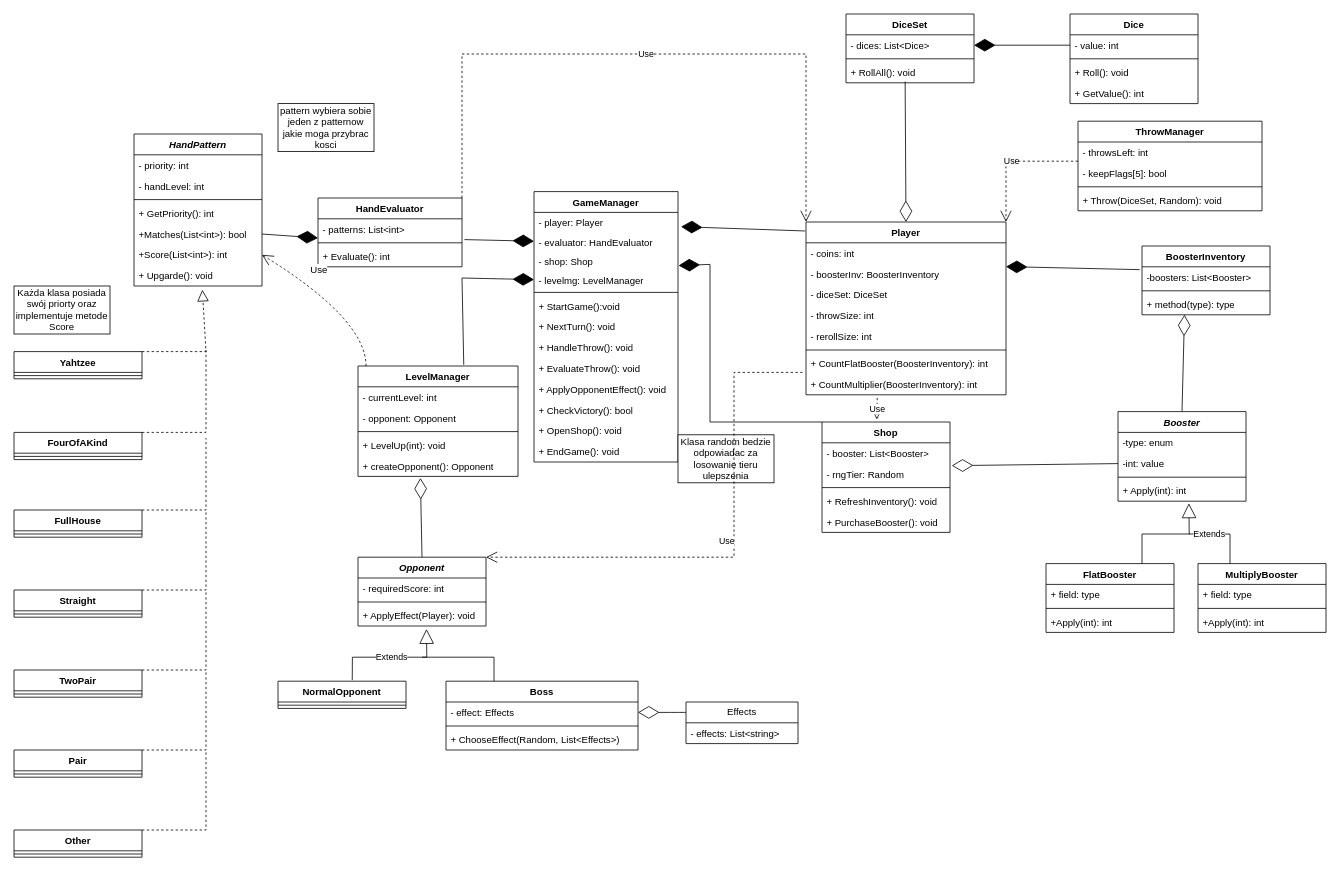
Before: DiceGame.drawio in kcprlal/DiceGame, a draw.io diagram. Source tidied: cells renumbered, new cells numbered last; positions are measured from the earlier drawing's top-left corner, leaving out a move shared by most shapes. Both pictures are drawn from the tidied source at 80%, with x=0, y=0 at pixel (14, 14).
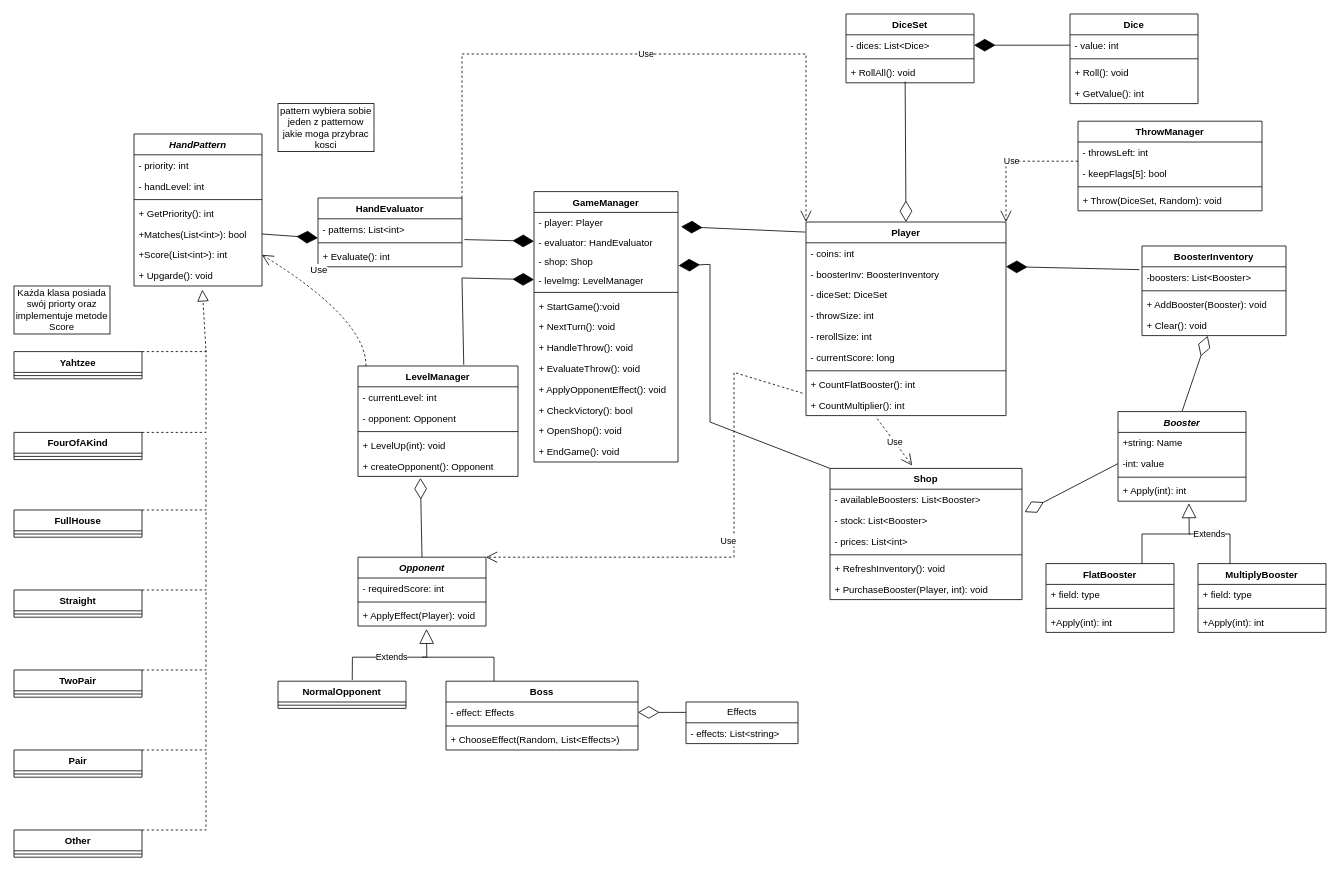
The same diagram, later.

The change refers to these unchanged cells:
```xml
<mxCell id="31" value="&lt;i&gt;Booster&lt;/i&gt;" style="swimlane;fontStyle=1;align=center;verticalAlign=top;horizontal=1;startSize=26;whiteSpace=wrap;html=1;" parent="1" vertex="1">
  <mxGeometry x="1380" y="497" width="160" height="112" as="geometry" />
</mxCell>
```

The edit, as a diff of the source:
```diff
@@
     <mxCell id="16" value="Player" style="swimlane;fontStyle=1;align=center;verticalAlign=top;horizontal=1;startSize=26;whiteSpace=wrap;html=1;" parent="1" vertex="1">
-      <mxGeometry x="990" y="260" width="250" height="216" as="geometry" />
+      <mxGeometry x="990" y="260" width="250" height="242" as="geometry" />
     </mxCell>
@@
+    <mxCell id="137" value="- currentScore: long" style="text;strokeColor=none;fillColor=none;align=left;verticalAlign=top;spacingLeft=4;spacingRight=4;overflow=hidden;whiteSpace=wrap;html=1;" parent="16" vertex="1">
+      <mxGeometry y="156" width="250" height="26" as="geometry" />
+    </mxCell>
     <mxCell id="22" style="line;strokeWidth=1;fillColor=none;align=left;verticalAlign=middle;spacingTop=-1;spacingLeft=3;spacingRight=3;labelPosition=right;strokeColor=inherit;" parent="16" vertex="1">
-      <mxGeometry y="156" width="250" height="8" as="geometry" />
+      <mxGeometry y="182" width="250" height="8" as="geometry" />
     </mxCell>
-    <mxCell id="23" value="+ CountFlatBooster(BoosterInventory): int" style="text;strokeColor=none;fillColor=none;align=left;verticalAlign=top;spacingLeft=4;spacingRight=4;overflow=hidden;whiteSpace=wrap;html=1;" parent="16" vertex="1">
-      <mxGeometry y="164" width="250" height="26" as="geometry" />
+    <mxCell id="23" value="+ CountFlatBooster(): int" style="text;strokeColor=none;fillColor=none;align=left;verticalAlign=top;spacingLeft=4;spacingRight=4;overflow=hidden;whiteSpace=wrap;html=1;" parent="16" vertex="1">
+      <mxGeometry y="190" width="250" height="26" as="geometry" />
     </mxCell>
-    <mxCell id="24" value="+ CountMultiplier(BoosterInventory): int" style="text;strokeColor=none;fillColor=none;align=left;verticalAlign=top;spacingLeft=4;spacingRight=4;overflow=hidden;points=[[0,0.5],[1,0.5]];portConstraint=eastwest;whiteSpace=wrap;html=1;" parent="16" vertex="1">
-      <mxGeometry y="190" width="250" height="26" as="geometry" />
+    <mxCell id="24" value="+ CountMultiplier(): int" style="text;strokeColor=none;fillColor=none;align=left;verticalAlign=top;spacingLeft=4;spacingRight=4;overflow=hidden;points=[[0,0.5],[1,0.5]];portConstraint=eastwest;whiteSpace=wrap;html=1;" parent="16" vertex="1">
+      <mxGeometry y="216" width="250" height="26" as="geometry" />
     </mxCell>
@@
     <mxCell id="26" value="BoosterInventory" style="swimlane;fontStyle=1;align=center;verticalAlign=top;horizontal=1;startSize=26;whiteSpace=wrap;html=1;" parent="1" vertex="1">
-      <mxGeometry x="1410" y="290" width="160" height="86" as="geometry" />
+      <mxGeometry x="1410" y="290" width="180" height="112" as="geometry" />
     </mxCell>
     <mxCell id="27" value="-boosters: List&amp;lt;Booster&amp;gt;" style="text;strokeColor=none;fillColor=none;align=left;verticalAlign=top;spacingLeft=4;spacingRight=4;overflow=hidden;points=[[0,0.5],[1,0.5]];portConstraint=eastwest;whiteSpace=wrap;html=1;" parent="26" vertex="1">
-      <mxGeometry y="26" width="160" height="26" as="geometry" />
+      <mxGeometry y="26" width="180" height="26" as="geometry" />
     </mxCell>
     <mxCell id="28" style="line;strokeWidth=1;fillColor=none;align=left;verticalAlign=middle;spacingTop=-1;spacingLeft=3;spacingRight=3;labelPosition=right;strokeColor=inherit;" parent="26" vertex="1">
-      <mxGeometry y="52" width="160" height="8" as="geometry" />
+      <mxGeometry y="52" width="180" height="8" as="geometry" />
     </mxCell>
-    <mxCell id="29" value="+ method(type): type" style="text;strokeColor=none;fillColor=none;align=left;verticalAlign=top;spacingLeft=4;spacingRight=4;overflow=hidden;points=[[0,0.5],[1,0.5]];portConstraint=eastwest;whiteSpace=wrap;html=1;" parent="26" vertex="1">
-      <mxGeometry y="60" width="160" height="26" as="geometry" />
+    <mxCell id="29" value="+ AddBooster(Booster): void" style="text;strokeColor=none;fillColor=none;align=left;verticalAlign=top;spacingLeft=4;spacingRight=4;overflow=hidden;points=[[0,0.5],[1,0.5]];portConstraint=eastwest;whiteSpace=wrap;html=1;" parent="26" vertex="1">
+      <mxGeometry y="60" width="180" height="26" as="geometry" />
     </mxCell>
+    <mxCell id="138" value="+ Clear(): void" style="text;strokeColor=none;fillColor=none;align=left;verticalAlign=top;spacingLeft=4;spacingRight=4;overflow=hidden;points=[[0,0.5],[1,0.5]];portConstraint=eastwest;whiteSpace=wrap;html=1;" parent="26" vertex="1">
+      <mxGeometry y="86" width="180" height="26" as="geometry" />
+    </mxCell>
-    <mxCell id="30" style="endArrow=diamondThin;endFill=0;endSize=24;html=1;rounded=0;entryX=0.332;entryY=0.996;entryDx=0;entryDy=0;entryPerimeter=0;exitX=0.5;exitY=0;exitDx=0;exitDy=0;" parent="1" edge="1" source="31" target="29">
+    <mxCell id="30" style="endArrow=diamondThin;endFill=0;endSize=24;html=1;rounded=0;entryX=0.456;entryY=1.013;entryDx=0;entryDy=0;entryPerimeter=0;exitX=0.5;exitY=0;exitDx=0;exitDy=0;" parent="1" edge="1" source="31" target="138">
       <mxGeometry relative="1" as="geometry" />
     </mxCell>
@@
-    <mxCell id="32" value="-type: enum" style="text;strokeColor=none;fillColor=none;align=left;verticalAlign=top;spacingLeft=4;spacingRight=4;overflow=hidden;whiteSpace=wrap;html=1;" parent="31" vertex="1">
+    <mxCell id="32" value="+string: Name" style="text;strokeColor=none;fillColor=none;align=left;verticalAlign=top;spacingLeft=4;spacingRight=4;overflow=hidden;whiteSpace=wrap;html=1;" parent="31" vertex="1">
       <mxGeometry y="26" width="160" height="26" as="geometry" />
     </mxCell>
@@
     <mxCell id="45" value="Shop" style="swimlane;fontStyle=1;align=center;verticalAlign=top;horizontal=1;startSize=26;whiteSpace=wrap;html=1;" parent="1" vertex="1">
-      <mxGeometry x="1010" y="510" width="160" height="138" as="geometry" />
+      <mxGeometry x="1020" y="568" width="240" height="164" as="geometry" />
     </mxCell>
-    <mxCell id="46" value="- booster: List&amp;lt;Booster&amp;gt;" style="text;strokeColor=none;fillColor=none;align=left;verticalAlign=top;spacingLeft=4;spacingRight=4;overflow=hidden;points=[[0,0.5],[1,0.5]];portConstraint=eastwest;whiteSpace=wrap;html=1;" parent="45" vertex="1">
-      <mxGeometry y="26" width="160" height="26" as="geometry" />
+    <mxCell id="46" value="- availableBoosters: List&amp;lt;Booster&amp;gt;" style="text;strokeColor=none;fillColor=none;align=left;verticalAlign=top;spacingLeft=4;spacingRight=4;overflow=hidden;points=[[0,0.5],[1,0.5]];portConstraint=eastwest;whiteSpace=wrap;html=1;" parent="45" vertex="1">
+      <mxGeometry y="26" width="240" height="26" as="geometry" />
     </mxCell>
-    <mxCell id="47" value="- rngTier: Random" style="text;strokeColor=none;fillColor=none;align=left;verticalAlign=top;spacingLeft=4;spacingRight=4;overflow=hidden;whiteSpace=wrap;html=1;" parent="45" vertex="1">
-      <mxGeometry y="52" width="160" height="26" as="geometry" />
-    </mxCell>
+    <mxCell id="139" value="- stock: List&amp;lt;Booster&amp;gt;" style="text;strokeColor=none;fillColor=none;align=left;verticalAlign=top;spacingLeft=4;spacingRight=4;overflow=hidden;whiteSpace=wrap;html=1;" parent="45" vertex="1">
+      <mxGeometry y="52" width="240" height="26" as="geometry" />
+    </mxCell>
+    <mxCell id="140" value="- prices: List&amp;lt;int&amp;gt;" style="text;strokeColor=none;fillColor=none;align=left;verticalAlign=top;spacingLeft=4;spacingRight=4;overflow=hidden;whiteSpace=wrap;html=1;" parent="45" vertex="1">
+      <mxGeometry y="78" width="240" height="26" as="geometry" />
+    </mxCell>
     <mxCell id="48" style="line;strokeWidth=1;fillColor=none;align=left;verticalAlign=middle;spacingTop=-1;spacingLeft=3;spacingRight=3;labelPosition=right;strokeColor=inherit;" parent="45" vertex="1">
-      <mxGeometry y="78" width="160" height="8" as="geometry" />
+      <mxGeometry y="104" width="240" height="8" as="geometry" />
     </mxCell>
     <mxCell id="49" value="+ RefreshInventory(): void" style="text;strokeColor=none;fillColor=none;align=left;verticalAlign=top;spacingLeft=4;spacingRight=4;overflow=hidden;whiteSpace=wrap;html=1;" parent="45" vertex="1">
-      <mxGeometry y="86" width="160" height="26" as="geometry" />
+      <mxGeometry y="112" width="240" height="26" as="geometry" />
     </mxCell>
-    <mxCell id="50" value="+ PurchaseBooster(): void" style="text;strokeColor=none;fillColor=none;align=left;verticalAlign=top;spacingLeft=4;spacingRight=4;overflow=hidden;whiteSpace=wrap;html=1;" parent="45" vertex="1">
-      <mxGeometry y="112" width="160" height="26" as="geometry" />
+    <mxCell id="50" value="+ PurchaseBooster(Player, int): void" style="text;strokeColor=none;fillColor=none;align=left;verticalAlign=top;spacingLeft=4;spacingRight=4;overflow=hidden;whiteSpace=wrap;html=1;" parent="45" vertex="1">
+      <mxGeometry y="138" width="240" height="26" as="geometry" />
     </mxCell>
@@
     <mxCell id="52" value="Use" style="endArrow=open;endSize=12;dashed=1;html=1;rounded=0;exitX=0.356;exitY=1.148;exitDx=0;exitDy=0;exitPerimeter=0;entryX=0.428;entryY=-0.022;entryDx=0;entryDy=0;entryPerimeter=0;" parent="1" edge="1" source="24" target="45">
-      <mxGeometry relative="1" as="geometry" />
+      <mxGeometry x="0.01" relative="1" as="geometry" />
     </mxCell>
@@
-    <mxCell id="54" value="Klasa random bedzie odpowiadac za losowanie tieru ulepszenia" style="whiteSpace=wrap;html=1;" parent="1" vertex="1">
-      <mxGeometry x="830" y="526" width="120" height="60" as="geometry" />
-    </mxCell>
```
